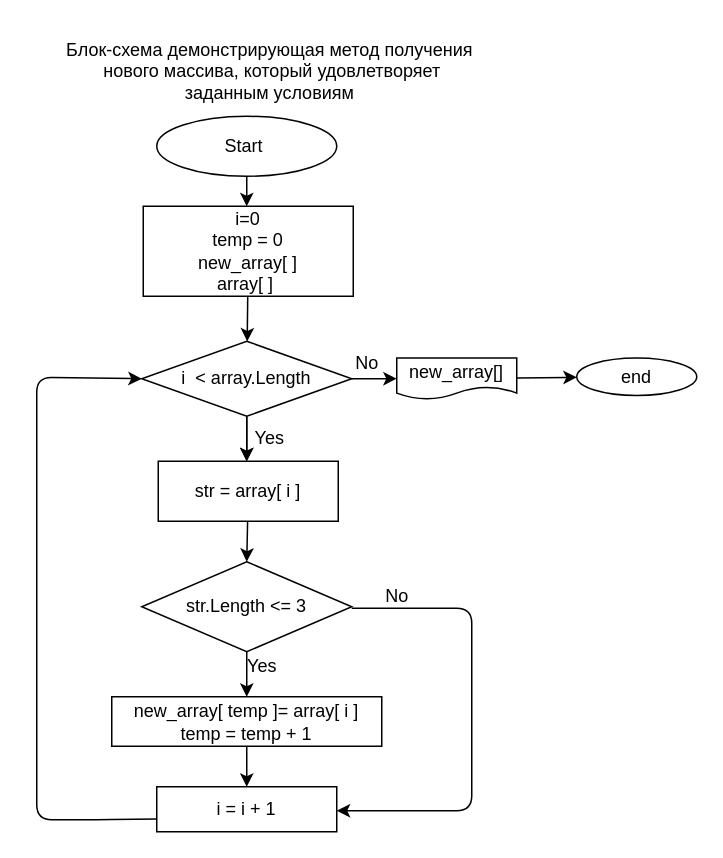
The draw.io diagram BlockShema.drawio in ElenaNec/Itogovaya_Rabota_1, before the edit. Source tidied: cells renumbered, new cells numbered last; positions are measured from the earlier drawing's top-left corner, leaving out a move shared by most shapes. Both pictures are drawn from the tidied source at 150%, with x=0, y=0 at pixel (36, 26).
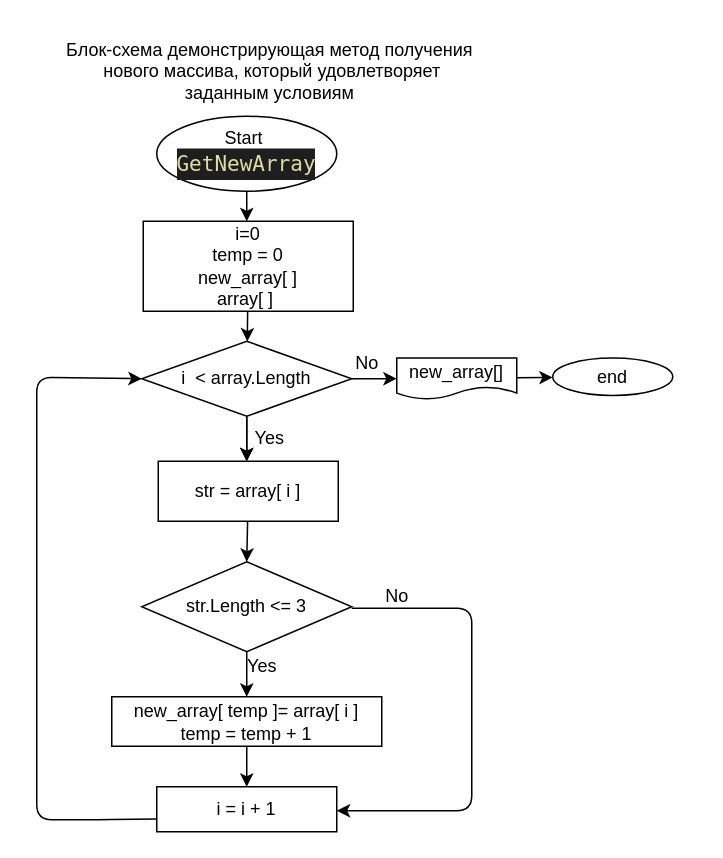
After the change.

Commit message (it also covers changes not shown here):
Добавлено описание реализации итоговой работы и методов работы программы в файле README.md

What changed in the source:
```diff
@@
-    <mxCell id="2" style="edgeStyle=none;html=1;" parent="1" edge="1" source="3">
-      <mxGeometry relative="1" as="geometry">
-        <mxPoint x="140" y="120" as="targetPoint" />
-      </mxGeometry>
-    </mxCell>
-    <mxCell id="3" value="Start&amp;nbsp;" style="ellipse;whiteSpace=wrap;html=1;" parent="1" vertex="1">
-      <mxGeometry x="80" y="60" width="120" height="40" as="geometry" />
+    <mxCell id="3" value="Start&amp;nbsp;&lt;br&gt;&lt;div style=&quot;color: rgb(212, 212, 212); background-color: rgb(30, 30, 30); font-family: Menlo, Monaco, &amp;quot;Courier New&amp;quot;, monospace; font-size: 14px; line-height: 21px;&quot;&gt;&lt;span style=&quot;color: #dcdcaa;&quot;&gt;GetNewArray&lt;/span&gt;&lt;/div&gt;" style="ellipse;whiteSpace=wrap;html=1;" parent="1" vertex="1">
+      <mxGeometry x="80" y="60" width="120" height="50" as="geometry" />
     </mxCell>
@@
     <mxCell id="5" value="i=0&lt;br&gt;temp = 0&lt;br&gt;new_array[ ]&lt;br&gt;array[ ]&amp;nbsp;&lt;br&gt;" style="whiteSpace=wrap;html=1;" parent="1" vertex="1">
-      <mxGeometry x="71" y="120" width="140" height="60" as="geometry" />
+      <mxGeometry x="71" y="130" width="140" height="60" as="geometry" />
     </mxCell>
@@
     <mxCell id="19" value="end" style="ellipse;whiteSpace=wrap;html=1;" parent="1" vertex="1">
-      <mxGeometry x="360" y="221.2" width="80" height="25" as="geometry" />
+      <mxGeometry x="344" y="221.2" width="80" height="25" as="geometry" />
     </mxCell>
@@
+    <mxCell id="27" style="endArrow=classic;html=1;exitX=0.5;exitY=1;exitDx=0;exitDy=0;" parent="1" edge="1" source="3">
+      <mxGeometry relative="1" as="geometry">
+        <mxPoint x="140" y="130" as="targetPoint" />
+      </mxGeometry>
+    </mxCell>
```
